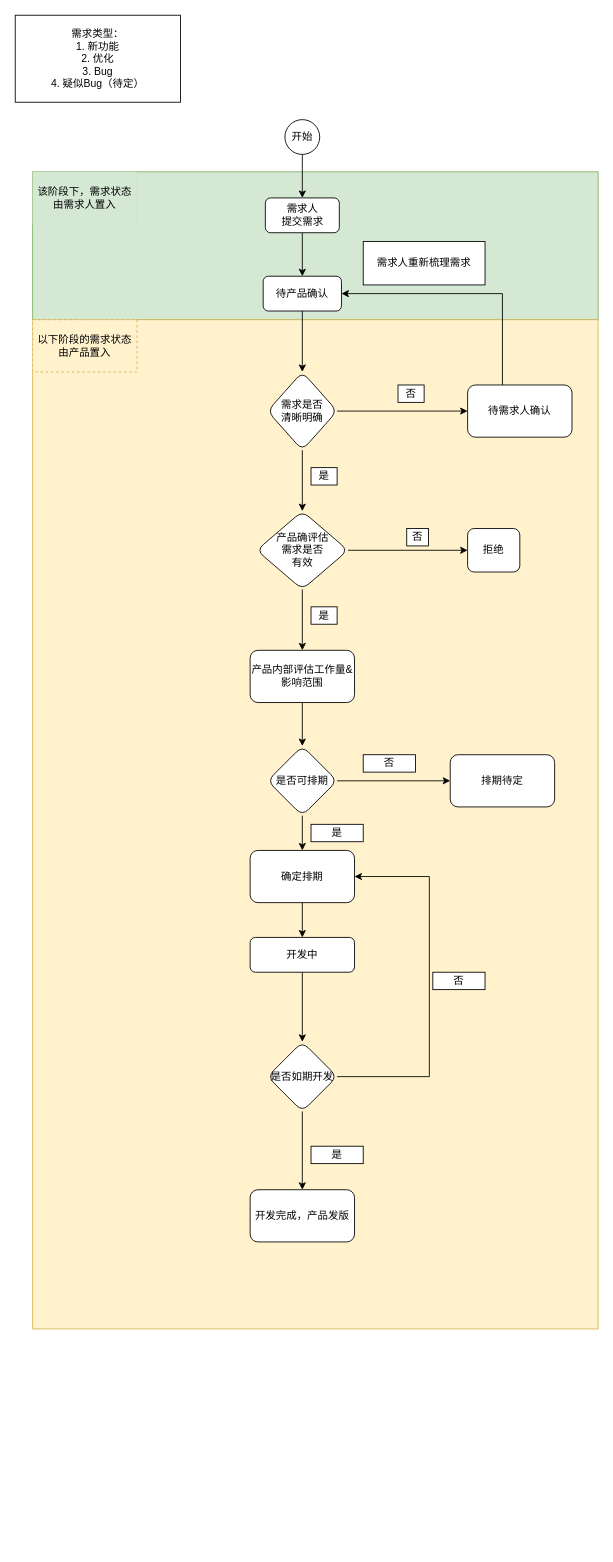
Earlier version of the draw.io diagram 需求处理状态流转图.drawio (Hanan-Deng/website.github.io). Source tidied: cells renumbered, new cells numbered last; positions are measured from the earlier drawing's top-left corner, leaving out a move shared by most shapes. Both pictures are drawn from the tidied source at 87%, with x=0, y=0 at pixel (15, 15).
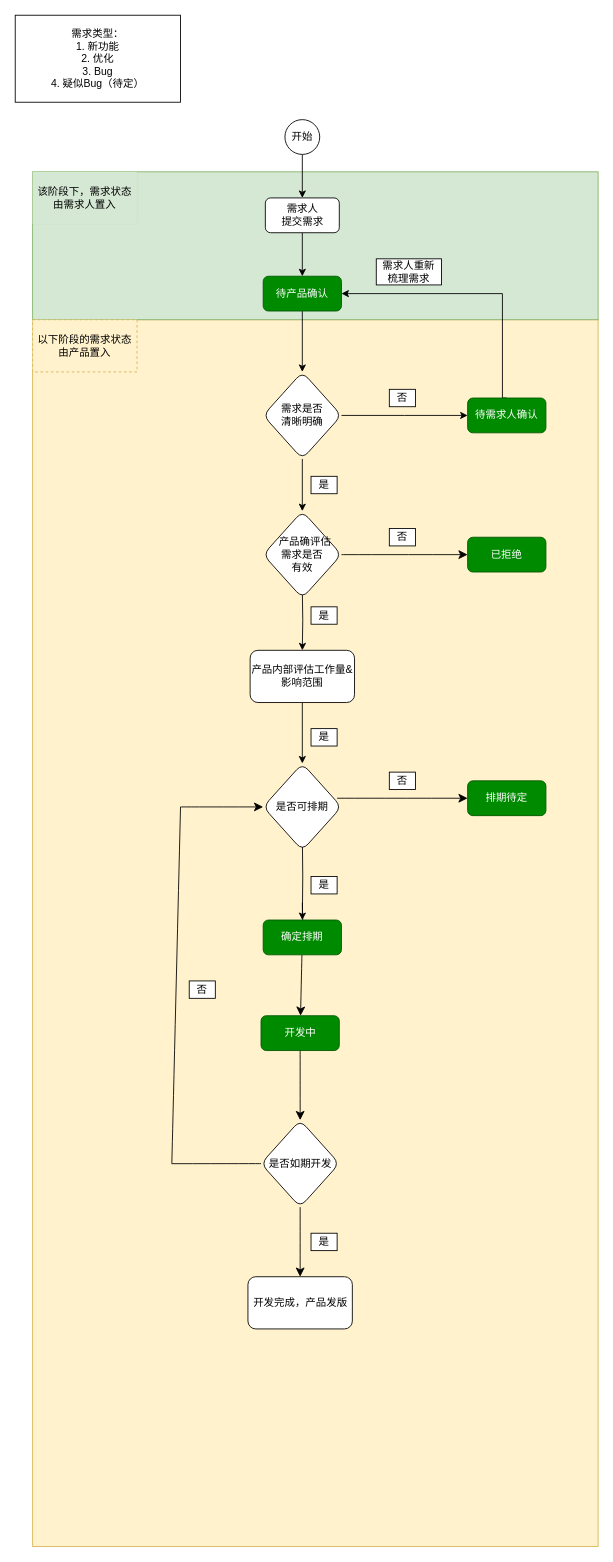
The same diagram, later.

Commit message:
Update 需求处理状态流转图.drawio

Unchanged cells that the change refers to:
```xml
<mxCell id="14" value="产品内部评估工作量&amp;amp;影响范围" style="rounded=1;whiteSpace=wrap;html=1;" parent="1" vertex="1">
  <mxGeometry x="270" y="730" width="120" height="60" as="geometry" />
</mxCell>
```

Diff of the diagram source:
```diff
@@
+    <mxCell id="3" style="rounded=0;whiteSpace=wrap;html=1;fillColor=#fff2cc;strokeColor=#d6b656;" parent="1" vertex="1">
+      <mxGeometry x="20" y="350" width="650" height="1410" as="geometry" />
+    </mxCell>
@@
-    <mxCell id="3" style="rounded=0;whiteSpace=wrap;html=1;fillColor=#fff2cc;strokeColor=#d6b656;" parent="1" vertex="1">
-      <mxGeometry x="20" y="350" width="650" height="1160" as="geometry" />
-    </mxCell>
@@
-    <mxCell id="7" value="待产品确认" style="rounded=1;whiteSpace=wrap;html=1;" parent="1" vertex="1">
+    <mxCell id="7" value="待产品确认" style="rounded=1;whiteSpace=wrap;html=1;fillColor=#008a00;fontColor=#ffffff;strokeColor=#005700;" parent="1" vertex="1">
       <mxGeometry x="285" y="300" width="90" height="40" as="geometry" />
     </mxCell>
-    <mxCell id="8" style="edgeStyle=orthogonalEdgeStyle;rounded=0;jettySize=auto;html=1;" parent="1" edge="1" source="10" target="14">
-      <mxGeometry relative="1" as="geometry" />
+    <mxCell id="8" style="edgeStyle=orthogonalEdgeStyle;rounded=0;jettySize=auto;html=1;" parent="1" edge="1" target="14">
+      <mxGeometry relative="1" as="geometry">
+        <mxPoint x="330" y="660" as="sourcePoint" />
+      </mxGeometry>
     </mxCell>
-    <mxCell id="9" style="edgeStyle=orthogonalEdgeStyle;rounded=0;jettySize=auto;html=1;" parent="1" edge="1" source="10" target="16">
-      <mxGeometry relative="1" as="geometry" />
-    </mxCell>
-    <mxCell id="10" value="产品确评估&lt;br&gt;需求是否&lt;br&gt;有效" style="rhombus;whiteSpace=wrap;html=1;rounded=1;" parent="1" vertex="1">
-      <mxGeometry x="277.5" y="570" width="105" height="90" as="geometry" />
-    </mxCell>
@@
-    <mxCell id="13" style="edgeStyle=orthogonalEdgeStyle;rounded=0;jettySize=auto;html=1;" parent="1" edge="1" source="14" target="20">
-      <mxGeometry relative="1" as="geometry" />
+    <mxCell id="13" style="edgeStyle=orthogonalEdgeStyle;rounded=0;jettySize=auto;html=1;" parent="1" edge="1" source="14">
+      <mxGeometry relative="1" as="geometry">
+        <mxPoint x="330" y="860" as="targetPoint" />
+      </mxGeometry>
     </mxCell>
@@
-    <mxCell id="16" value="拒绝" style="whiteSpace=wrap;html=1;rounded=1;" parent="1" vertex="1">
-      <mxGeometry x="520" y="590" width="60" height="50" as="geometry" />
-    </mxCell>
-    <mxCell id="17" value="否" style="rounded=0;whiteSpace=wrap;html=1;" parent="1" vertex="1">
-      <mxGeometry x="450" y="590" width="25" height="20" as="geometry" />
-    </mxCell>
-    <mxCell id="18" style="edgeStyle=orthogonalEdgeStyle;rounded=0;jettySize=auto;html=1;" parent="1" edge="1" source="20" target="21">
-      <mxGeometry relative="1" as="geometry" />
-    </mxCell>
-    <mxCell id="19" style="edgeStyle=orthogonalEdgeStyle;rounded=0;jettySize=auto;html=1;" parent="1" edge="1" source="20" target="24">
-      <mxGeometry relative="1" as="geometry" />
+    <mxCell id="19" style="edgeStyle=orthogonalEdgeStyle;rounded=0;jettySize=auto;html=1;entryX=0.5;entryY=0;entryDx=0;entryDy=0;" parent="1" edge="1" target="24">
+      <mxGeometry relative="1" as="geometry">
+        <mxPoint x="330" y="940" as="sourcePoint" />
+      </mxGeometry>
     </mxCell>
-    <mxCell id="20" value="是否可排期" style="rhombus;whiteSpace=wrap;html=1;rounded=1;" parent="1" vertex="1">
-      <mxGeometry x="290" y="840" width="80" height="80" as="geometry" />
-    </mxCell>
-    <mxCell id="21" value="排期待定" style="whiteSpace=wrap;html=1;rounded=1;" parent="1" vertex="1">
-      <mxGeometry x="500" y="850" width="120" height="60" as="geometry" />
-    </mxCell>
-    <mxCell id="22" value="否" style="rounded=0;whiteSpace=wrap;html=1;" parent="1" vertex="1">
-      <mxGeometry x="400" y="850" width="60" height="20" as="geometry" />
-    </mxCell>
-    <mxCell id="23" style="edgeStyle=orthogonalEdgeStyle;rounded=0;jettySize=auto;html=1;" parent="1" edge="1" source="24" target="39">
-      <mxGeometry relative="1" as="geometry" />
-    </mxCell>
-    <mxCell id="24" value="确定排期" style="rounded=1;whiteSpace=wrap;html=1;" parent="1" vertex="1">
-      <mxGeometry x="270" y="960" width="120" height="60" as="geometry" />
-    </mxCell>
-    <mxCell id="25" value="是" style="rounded=0;whiteSpace=wrap;html=1;" parent="1" vertex="1">
-      <mxGeometry x="340" y="930" width="60" height="20" as="geometry" />
-    </mxCell>
-    <mxCell id="26" style="edgeStyle=orthogonalEdgeStyle;rounded=0;jettySize=auto;html=1;entryX=1;entryY=0.5;entryDx=0;entryDy=0;exitX=1;exitY=0.5;exitDx=0;exitDy=0;" parent="1" edge="1" source="28" target="24">
-      <mxGeometry relative="1" as="geometry">
-        <Array as="points">
-          <mxPoint x="476" y="1220" />
-          <mxPoint x="476" y="990" />
-        </Array>
-      </mxGeometry>
-    </mxCell>
-    <mxCell id="27" style="edgeStyle=orthogonalEdgeStyle;rounded=0;jettySize=auto;html=1;" parent="1" edge="1" source="28" target="29">
-      <mxGeometry relative="1" as="geometry" />
-    </mxCell>
-    <mxCell id="28" value="是否如期开发" style="rhombus;whiteSpace=wrap;html=1;rounded=1;" parent="1" vertex="1">
-      <mxGeometry x="290" y="1180" width="80" height="80" as="geometry" />
-    </mxCell>
-    <mxCell id="29" value="开发完成，产品发版" style="rounded=1;whiteSpace=wrap;html=1;" parent="1" vertex="1">
-      <mxGeometry x="270" y="1350" width="120" height="60" as="geometry" />
-    </mxCell>
-    <mxCell id="30" value="否" style="rounded=0;whiteSpace=wrap;html=1;" parent="1" vertex="1">
-      <mxGeometry x="480" y="1100" width="60" height="20" as="geometry" />
-    </mxCell>
-    <mxCell id="31" value="是" style="rounded=0;whiteSpace=wrap;html=1;" parent="1" vertex="1">
-      <mxGeometry x="340" y="1300" width="60" height="20" as="geometry" />
-    </mxCell>
+    <mxCell id="45" style="edgeStyle=none;curved=1;rounded=0;jettySize=auto;html=1;fontSize=12;startSize=8;endSize=8;" parent="1" edge="1" target="21">
+      <mxGeometry relative="1" as="geometry">
+        <mxPoint x="370" y="900" as="sourcePoint" />
+      </mxGeometry>
+    </mxCell>
-    <mxCell id="32" style="edgeStyle=orthogonalEdgeStyle;rounded=0;jettySize=auto;html=1;" parent="1" edge="1" source="34" target="10">
-      <mxGeometry relative="1" as="geometry" />
+    <mxCell id="32" style="edgeStyle=orthogonalEdgeStyle;rounded=0;jettySize=auto;html=1;" parent="1" edge="1" source="34">
+      <mxGeometry relative="1" as="geometry">
+        <mxPoint x="330" y="570" as="targetPoint" />
+      </mxGeometry>
     </mxCell>
-    <mxCell id="33" style="edgeStyle=orthogonalEdgeStyle;rounded=0;jettySize=auto;html=1;" parent="1" edge="1" source="34" target="35">
-      <mxGeometry relative="1" as="geometry" />
+    <mxCell id="33" style="edgeStyle=orthogonalEdgeStyle;rounded=0;jettySize=auto;html=1;entryX=0;entryY=0.25;entryDx=0;entryDy=0;" parent="1" edge="1" source="34">
+      <mxGeometry relative="1" as="geometry">
+        <mxPoint x="520" y="460" as="targetPoint" />
+      </mxGeometry>
     </mxCell>
     <mxCell id="34" value="需求是否&lt;br&gt;清晰明确" style="rhombus;whiteSpace=wrap;html=1;rounded=1;" parent="1" vertex="1">
-      <mxGeometry x="290" y="410" width="80" height="90" as="geometry" />
+      <mxGeometry x="285" y="410" width="90" height="100" as="geometry" />
     </mxCell>
-    <mxCell id="35" value="待需求人确认" style="whiteSpace=wrap;html=1;rounded=1;" parent="1" vertex="1">
-      <mxGeometry x="520" y="425" width="120" height="60" as="geometry" />
-    </mxCell>
     <mxCell id="36" value="否" style="rounded=0;whiteSpace=wrap;html=1;" parent="1" vertex="1">
-      <mxGeometry x="440" y="425" width="30" height="20" as="geometry" />
+      <mxGeometry x="430" y="430" width="30" height="20" as="geometry" />
     </mxCell>
-    <mxCell id="37" value="是" style="rounded=0;whiteSpace=wrap;html=1;" parent="1" vertex="1">
-      <mxGeometry x="340" y="520" width="30" height="20" as="geometry" />
-    </mxCell>
-    <mxCell id="38" style="edgeStyle=orthogonalEdgeStyle;rounded=0;jettySize=auto;html=1;entryX=0.5;entryY=0;entryDx=0;entryDy=0;" parent="1" edge="1" source="39" target="28">
-      <mxGeometry relative="1" as="geometry">
-        <Array as="points">
-          <mxPoint x="330" y="1170" />
-        </Array>
-      </mxGeometry>
-    </mxCell>
-    <mxCell id="39" value="开发中" style="rounded=1;whiteSpace=wrap;html=1;" parent="1" vertex="1">
-      <mxGeometry x="270" y="1060" width="120" height="40" as="geometry" />
-    </mxCell>
@@
-    <mxCell id="41" style="edgeStyle=orthogonalEdgeStyle;rounded=0;jettySize=auto;html=1;" parent="1" edge="1" source="35">
+    <mxCell id="41" style="edgeStyle=orthogonalEdgeStyle;rounded=0;jettySize=auto;html=1;exitX=0.5;exitY=0;exitDx=0;exitDy=0;" parent="1" edge="1" source="35">
       <mxGeometry relative="1" as="geometry">
         <mxPoint x="375" y="320" as="targetPoint" />
         <Array as="points">
+          <mxPoint x="560" y="440" />
           <mxPoint x="560" y="320" />
         </Array>
       </mxGeometry>
     </mxCell>
-    <mxCell id="42" value="需求人重新梳理需求" style="rounded=0;whiteSpace=wrap;html=1;" parent="1" vertex="1">
-      <mxGeometry x="400" y="260" width="140" height="50" as="geometry" />
+    <mxCell id="42" value="需求人重新&lt;br&gt;梳理需求" style="rounded=0;whiteSpace=wrap;html=1;" parent="1" vertex="1">
+      <mxGeometry x="415" y="280" width="75" height="30" as="geometry" />
     </mxCell>
@@
+    <mxCell id="46" value="否" style="rounded=0;whiteSpace=wrap;html=1;" parent="1" vertex="1">
+      <mxGeometry x="430" y="870" width="30" height="20" as="geometry" />
+    </mxCell>
+    <mxCell id="47" value="已拒绝" style="rounded=1;whiteSpace=wrap;html=1;fillColor=#008a00;fontColor=#ffffff;strokeColor=#005700;" parent="1" vertex="1">
+      <mxGeometry x="520" y="600" width="90" height="40" as="geometry" />
+    </mxCell>
+    <mxCell id="21" value="排期待定" style="rounded=1;whiteSpace=wrap;html=1;fillColor=#008a00;fontColor=#ffffff;strokeColor=#005700;" parent="1" vertex="1">
+      <mxGeometry x="520" y="880" width="90" height="40" as="geometry" />
+    </mxCell>
+    <mxCell id="48" style="edgeStyle=none;curved=1;rounded=0;jettySize=auto;html=1;entryX=0;entryY=0.5;entryDx=0;entryDy=0;fontSize=12;startSize=8;endSize=8;" parent="1" edge="1" source="10" target="47">
+      <mxGeometry relative="1" as="geometry" />
+    </mxCell>
+    <mxCell id="10" value="&amp;nbsp; 产品确评估&lt;br style=&quot;border-color: var(--border-color);&quot;&gt;需求是否&lt;br style=&quot;border-color: var(--border-color);&quot;&gt;有效" style="rhombus;whiteSpace=wrap;html=1;rounded=1;" parent="1" vertex="1">
+      <mxGeometry x="285" y="570" width="90" height="100" as="geometry" />
+    </mxCell>
+    <mxCell id="35" value="待需求人确认" style="rounded=1;whiteSpace=wrap;html=1;fillColor=#008a00;fontColor=#ffffff;strokeColor=#005700;" parent="1" vertex="1">
+      <mxGeometry x="520" y="440" width="90" height="40" as="geometry" />
+    </mxCell>
+    <mxCell id="49" value="否" style="rounded=0;whiteSpace=wrap;html=1;" parent="1" vertex="1">
+      <mxGeometry x="430" y="590" width="30" height="20" as="geometry" />
+    </mxCell>
+    <mxCell id="50" value="是" style="rounded=0;whiteSpace=wrap;html=1;" parent="1" vertex="1">
+      <mxGeometry x="340" y="530" width="30" height="20" as="geometry" />
+    </mxCell>
+    <mxCell id="51" value="是" style="rounded=0;whiteSpace=wrap;html=1;" parent="1" vertex="1">
+      <mxGeometry x="340" y="820" width="30" height="20" as="geometry" />
+    </mxCell>
+    <mxCell id="52" value="是" style="rounded=0;whiteSpace=wrap;html=1;" parent="1" vertex="1">
+      <mxGeometry x="340" y="990" width="30" height="20" as="geometry" />
+    </mxCell>
+    <mxCell id="53" value="是" style="rounded=0;whiteSpace=wrap;html=1;" parent="1" vertex="1">
+      <mxGeometry x="340" y="1400" width="30" height="20" as="geometry" />
+    </mxCell>
+    <mxCell id="20" value="是否可排期" style="rhombus;whiteSpace=wrap;html=1;rounded=1;" parent="1" vertex="1">
+      <mxGeometry x="285" y="860" width="90" height="100" as="geometry" />
+    </mxCell>
+    <mxCell id="54" style="edgeStyle=orthogonalEdgeStyle;rounded=0;jettySize=auto;html=1;" parent="1" edge="1" target="24">
+      <mxGeometry relative="1" as="geometry">
+        <mxPoint x="330" y="1020" as="sourcePoint" />
+      </mxGeometry>
+    </mxCell>
+    <mxCell id="23" style="edgeStyle=none;curved=1;rounded=0;jettySize=auto;html=1;fontSize=12;startSize=8;endSize=8;" parent="1" edge="1" source="24" target="39">
+      <mxGeometry relative="1" as="geometry" />
+    </mxCell>
+    <mxCell id="24" value="确定排期" style="rounded=1;whiteSpace=wrap;html=1;fillColor=#008a00;fontColor=#ffffff;strokeColor=#005700;" parent="1" vertex="1">
+      <mxGeometry x="285" y="1040" width="90" height="40" as="geometry" />
+    </mxCell>
+    <mxCell id="38" style="edgeStyle=none;curved=1;rounded=0;jettySize=auto;html=1;fontSize=12;startSize=8;endSize=8;" parent="1" edge="1" source="39" target="28">
+      <mxGeometry relative="1" as="geometry" />
+    </mxCell>
+    <mxCell id="39" value="开发中" style="rounded=1;whiteSpace=wrap;html=1;fillColor=#008a00;fontColor=#ffffff;strokeColor=#005700;" parent="1" vertex="1">
+      <mxGeometry x="282.5" y="1150" width="90" height="40" as="geometry" />
+    </mxCell>
+    <mxCell id="29" value="开发完成，产品发版" style="rounded=1;whiteSpace=wrap;html=1;" parent="1" vertex="1">
+      <mxGeometry x="267.5" y="1450" width="120" height="60" as="geometry" />
+    </mxCell>
+    <mxCell id="27" style="edgeStyle=none;curved=1;rounded=0;jettySize=auto;html=1;fontSize=12;startSize=8;endSize=8;" parent="1" edge="1" source="28" target="29">
+      <mxGeometry relative="1" as="geometry" />
+    </mxCell>
+    <mxCell id="28" value="是否如期开发" style="rhombus;whiteSpace=wrap;html=1;rounded=1;" parent="1" vertex="1">
+      <mxGeometry x="282.5" y="1270" width="90" height="100" as="geometry" />
+    </mxCell>
+    <mxCell id="55" value="否" style="rounded=0;whiteSpace=wrap;html=1;" parent="1" vertex="1">
+      <mxGeometry x="200" y="1110" width="30" height="20" as="geometry" />
+    </mxCell>
+    <mxCell id="56" style="endArrow=none;html=1;rounded=0;fontSize=12;startSize=8;endSize=8;curved=1;exitX=0;exitY=0.5;exitDx=0;exitDy=0;entryX=0.246;entryY=0.688;entryDx=0;entryDy=0;entryPerimeter=0;" parent="1" edge="1" source="28" target="3">
+      <mxGeometry relative="1" as="geometry" />
+    </mxCell>
+    <mxCell id="57" style="endArrow=none;html=1;rounded=0;fontSize=12;startSize=8;endSize=8;curved=1;" parent="1" edge="1">
+      <mxGeometry relative="1" as="geometry">
+        <mxPoint x="180" y="1320" as="sourcePoint" />
+        <mxPoint x="190" y="910" as="targetPoint" />
+      </mxGeometry>
+    </mxCell>
+    <mxCell id="58" style="endArrow=classic;html=1;rounded=0;fontSize=12;startSize=8;endSize=8;curved=1;entryX=0;entryY=0.5;entryDx=0;entryDy=0;" parent="1" edge="1" target="20">
+      <mxGeometry relative="1" as="geometry">
+        <mxPoint x="190" y="910" as="sourcePoint" />
+      </mxGeometry>
+    </mxCell>
```
